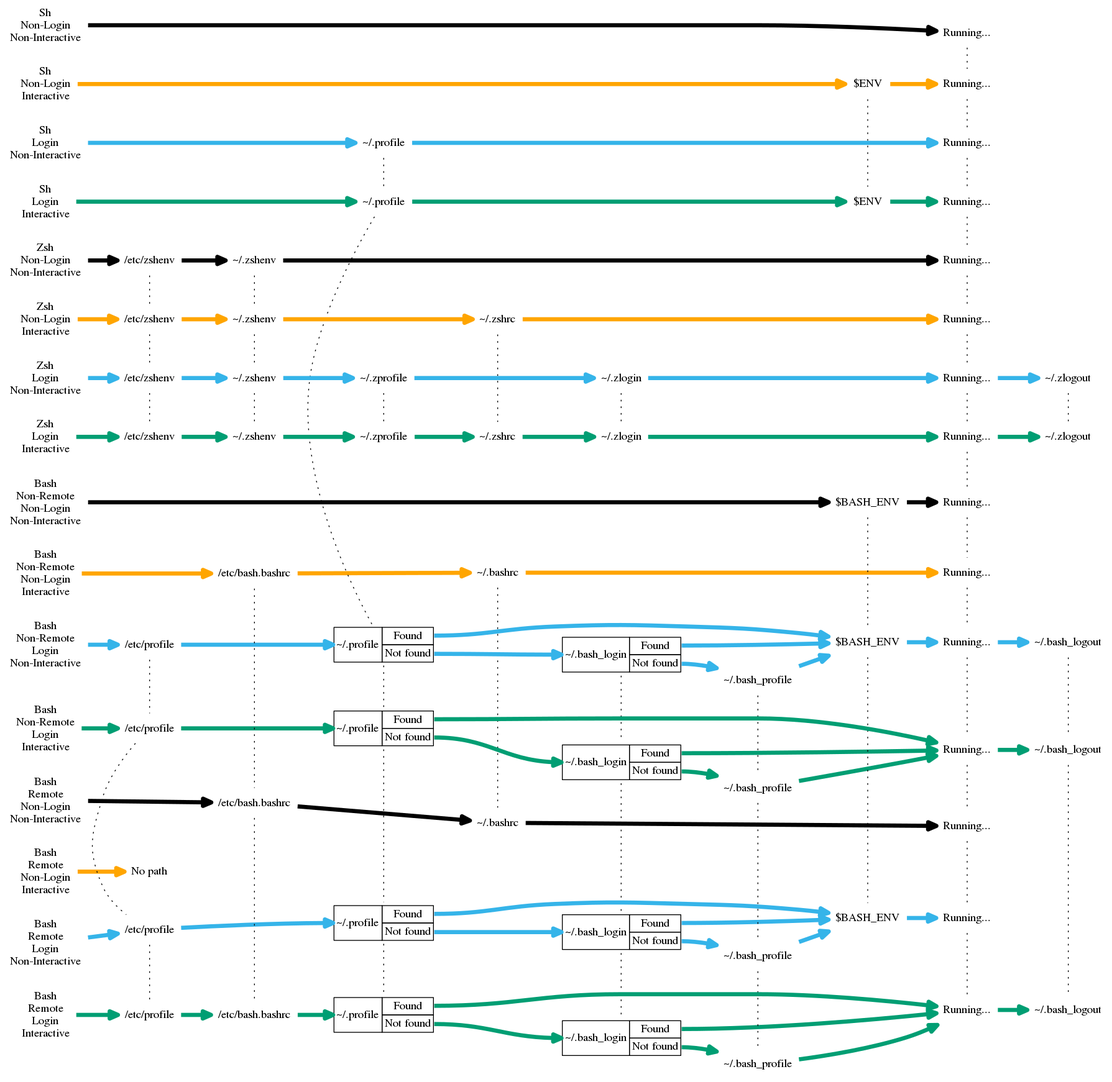
Above: assets/sh-zsh-bash-refactor/refactor-output-bw/refactor-output-bw.png in mikemol/mikemol.github.io (Graphviz), before the change. Its source is kept beside it as assets/sh-zsh-bash-refactor/refactor-output-bw/refactor-output-bw.dot.
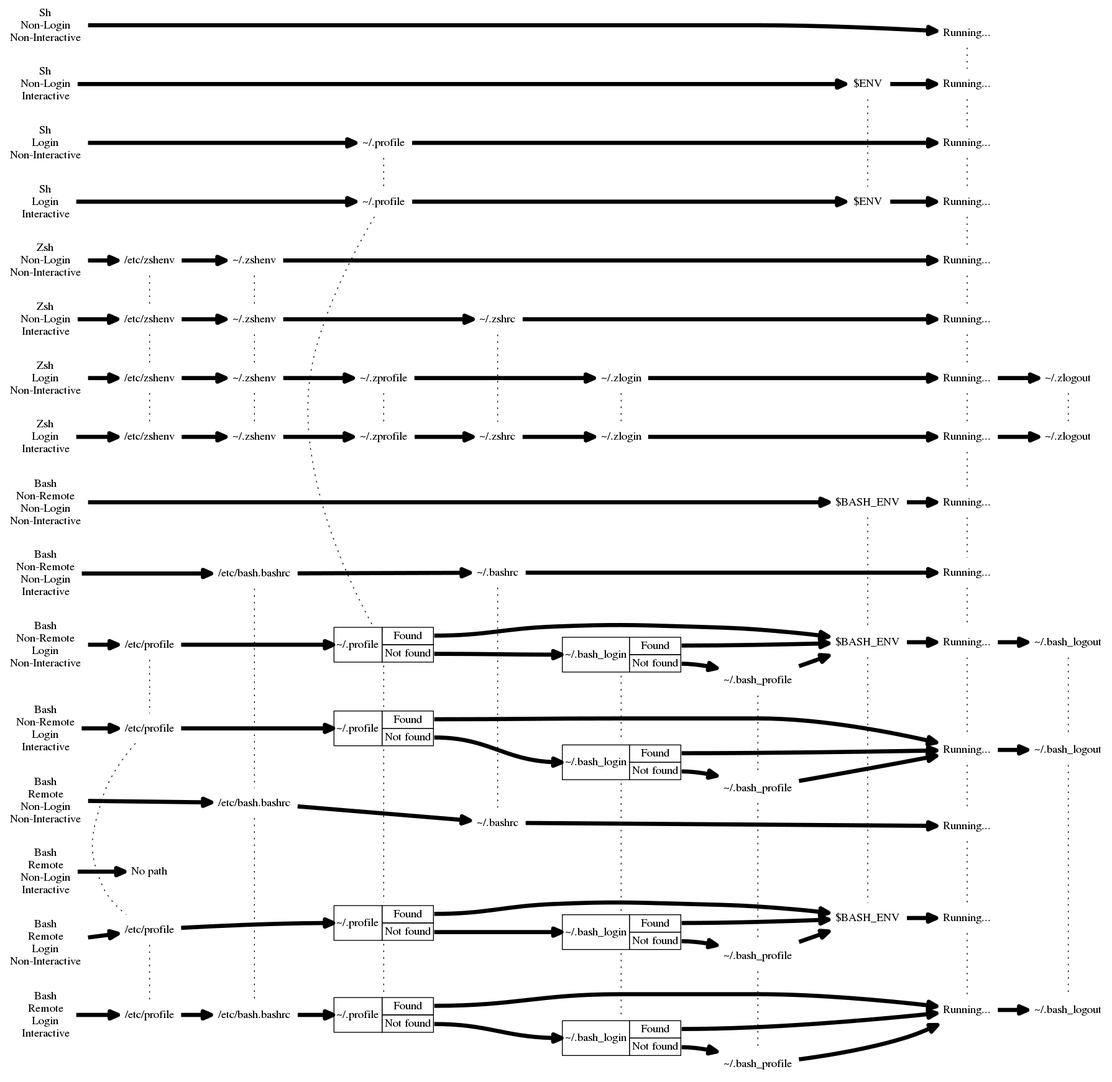
The same diagram one commit later.

The edit, as a diff of the source:
```diff
@@ -161,38 +161,38 @@
 
     edge [penwidth=5 constraint=true style=solid dir=forward]
 
-    edge [color="black"]
+
     sh_nn -> sh_nn_running
 
-    edge [color="orange"]
+
     sh_ni -> sh_ni_env -> sh_ni_running
 
-    edge [color="#35b4e9"]
+
     sh_ln -> sh_ln_home_profile -> sh_ln_running
 
-    edge [color="#009e73"]
+
     sh_li -> sh_li_home_profile -> sh_li_env -> sh_li_running
 
-    edge [color="black"]
+
     zsh_nn -> zsh_nn_etc_zshenv -> zsh_nn_home_zshenv -> zsh_nn_running
 
-    edge [color="orange"]
+
     zsh_ni -> zsh_ni_etc_zshenv -> zsh_ni_home_zshenv -> zsh_ni_home_zshrc -> zsh_ni_running
 
-    edge [color="#35b4e9"]
+
     zsh_ln -> zsh_ln_etc_zshenv -> zsh_ln_home_zshenv -> zsh_ln_home_zprofile -> zsh_ln_home_zlogin -> zsh_ln_running_to_logout -> zsh_ln_home_zlogout
 
-    edge [color="#009e73"]
+
     zsh_li -> zsh_li_etc_zshenv -> zsh_li_home_zshenv -> zsh_li_home_zprofile -> zsh_li_home_zshrc -> zsh_li_home_zlogin -> zsh_li_running_to_logout -> zsh_li_home_zlogout
 
-    edge [color="black"]
+
     bash_nnn -> bash_nnn_bash_env -> bash_nnn_running
 
-    edge [color="orange"]
+
     bash_nni -> bash_nni_bashrc
     bash_nni_bashrc -> bash_nni_home_bashrc -> bash_nni_running
 
-    edge [color="#35b4e9"]
+
     bash_nln -> bash_nln_etc_profile -> bash_nln_home_profile_case:in
     bash_nln_bash_env -> bash_nln_running_to_logout
     bash_nln_home_bash_login_case:found -> bash_nln_bash_env
@@ -201,7 +201,7 @@
     bash_nln_home_profile_case:not_found -> bash_nln_home_bash_login_case:in
     bash_nln_running_to_logout -> bash_nln_logout
 
-    edge [color="#009e73"]
+
     bash_nli -> bash_nli_etc_profile -> bash_nli_home_profile_case:in
     bash_nli_home_bash_login_case:found -> bash_nli_running_to_logout
     bash_nli_home_bash_login_case:not_found -> bash_nli_home_bash_profile -> bash_nli_running_to_logout
@@ -209,13 +209,13 @@
     bash_nli_home_profile_case:not_found -> bash_nli_home_bash_login_case:in
     bash_nli_running_to_logout -> bash_nli_logout
 
-    edge [color="black"]
+
     bash_rnn -> bash_rnn_bashrc -> bash_rnn_home_bashrc -> bash_rnn_running
 
-    edge [color="orange"]
+
     bash_rni -> no_path
 
-    edge [color="#35b4e9"]
+
     bash_rln -> bash_rln_etc_profile -> bash_rln_home_profile_case:in
     bash_rln_home_profile_case:found -> bash_rln_bash_env
     bash_rln_home_profile_case:not_found -> bash_rln_home_bash_login_case:in
@@ -223,7 +223,7 @@
     bash_rln_home_bash_login_case:not_found -> bash_rln_home_bash_profile -> bash_rln_bash_env
     bash_rln_bash_env -> bash_rln_running
 
-    edge [color="#009e73"]
+
     bash_rli -> bash_rli_etc_profile -> bash_rli_bashrc -> bash_rli_home_profile_case:in
     bash_rli_home_bash_login_case:found -> bash_rli_running_to_logout
     bash_rli_home_bash_login_case:not_found -> bash_rli_home_bash_profile -> bash_rli_running_to_logout
```
